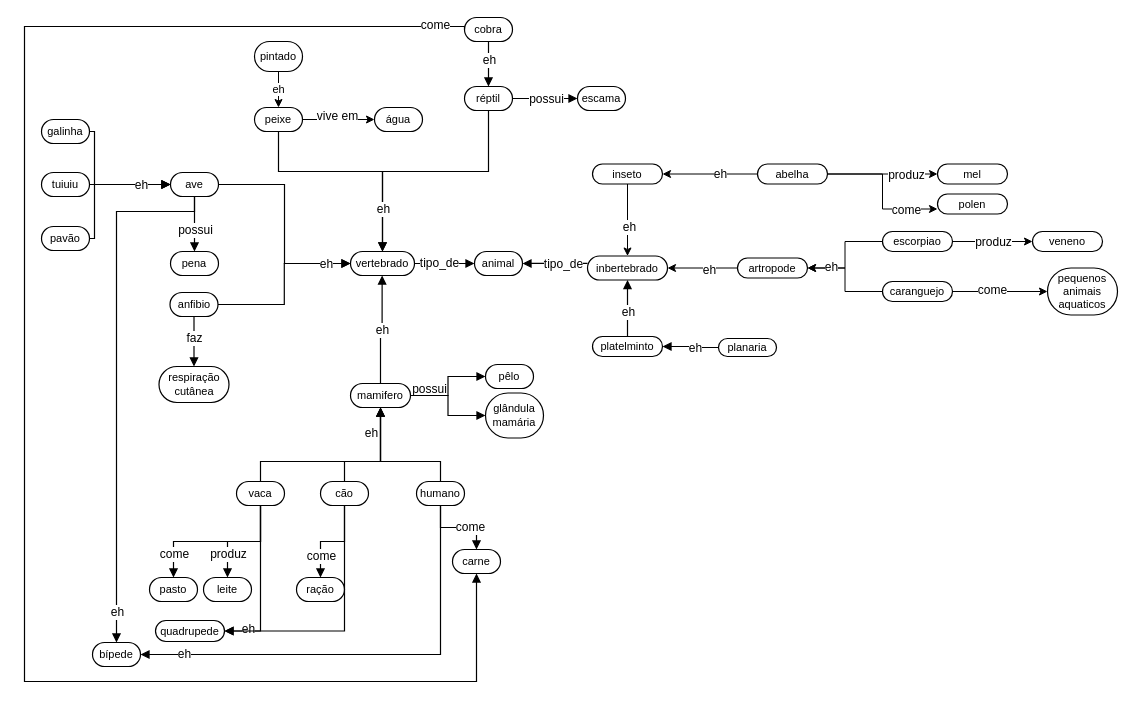
This is resources/base.drawio from thszk/knowledgebase, a draw.io file, before an edit. Source tidied: cells renumbered, new cells numbered last; positions are measured from the earlier drawing's top-left corner, leaving out a move shared by most shapes. Both pictures are drawn from the tidied source at 100%, with x=0, y=0 at pixel (24, 17).
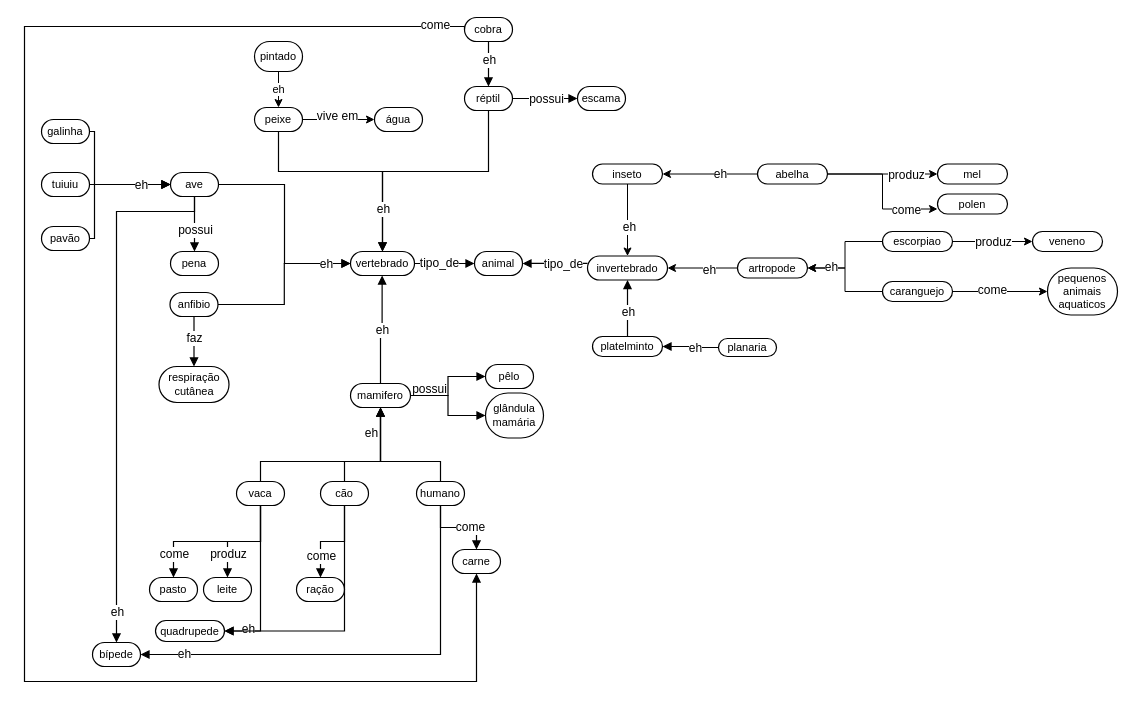
After the change.

What changed in the source:
```diff
@@
-    <mxCell id="4" value="inbertebrado" style="html=1;whiteSpace=wrap;rounded=1;arcSize=50;fontSize=11;fontColor=#000000;spacing=5;strokeOpacity=100;strokeWidth=1.2;" parent="1" vertex="1">
+    <mxCell id="4" value="invertebrado" style="html=1;whiteSpace=wrap;rounded=1;arcSize=50;fontSize=11;fontColor=#000000;spacing=5;strokeOpacity=100;strokeWidth=1.2;" parent="1" vertex="1">
       <mxGeometry x="563" y="238.5" width="80" height="24" as="geometry" />
     </mxCell>
```
